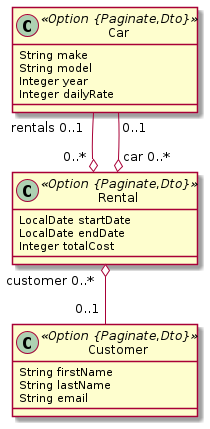
kevintanhongann/jhipster-jdl-collection keeps this PlantUML diagram as car-rental.png. Above is the earlier version.
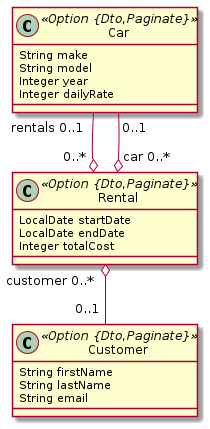
Later version of the same file.

Diff of the diagram source:
```diff
@@ -1,17 +1,17 @@
 @startuml
 	!pragma syntax class
-	class Car <<Option {Paginate,Dto}>> {
+	class Car <<Option {Dto,Paginate}>> {
 		String make
 		String model
 		Integer year
 		Integer dailyRate
 	}
-	class Customer <<Option {Paginate,Dto}>> {
+	class Customer <<Option {Dto,Paginate}>> {
 		String firstName
 		String lastName
 		String email
 	}
-	class Rental <<Option {Paginate,Dto}>> {
+	class Rental <<Option {Dto,Paginate}>> {
 		LocalDate startDate
 		LocalDate endDate
 		Integer totalCost
```
